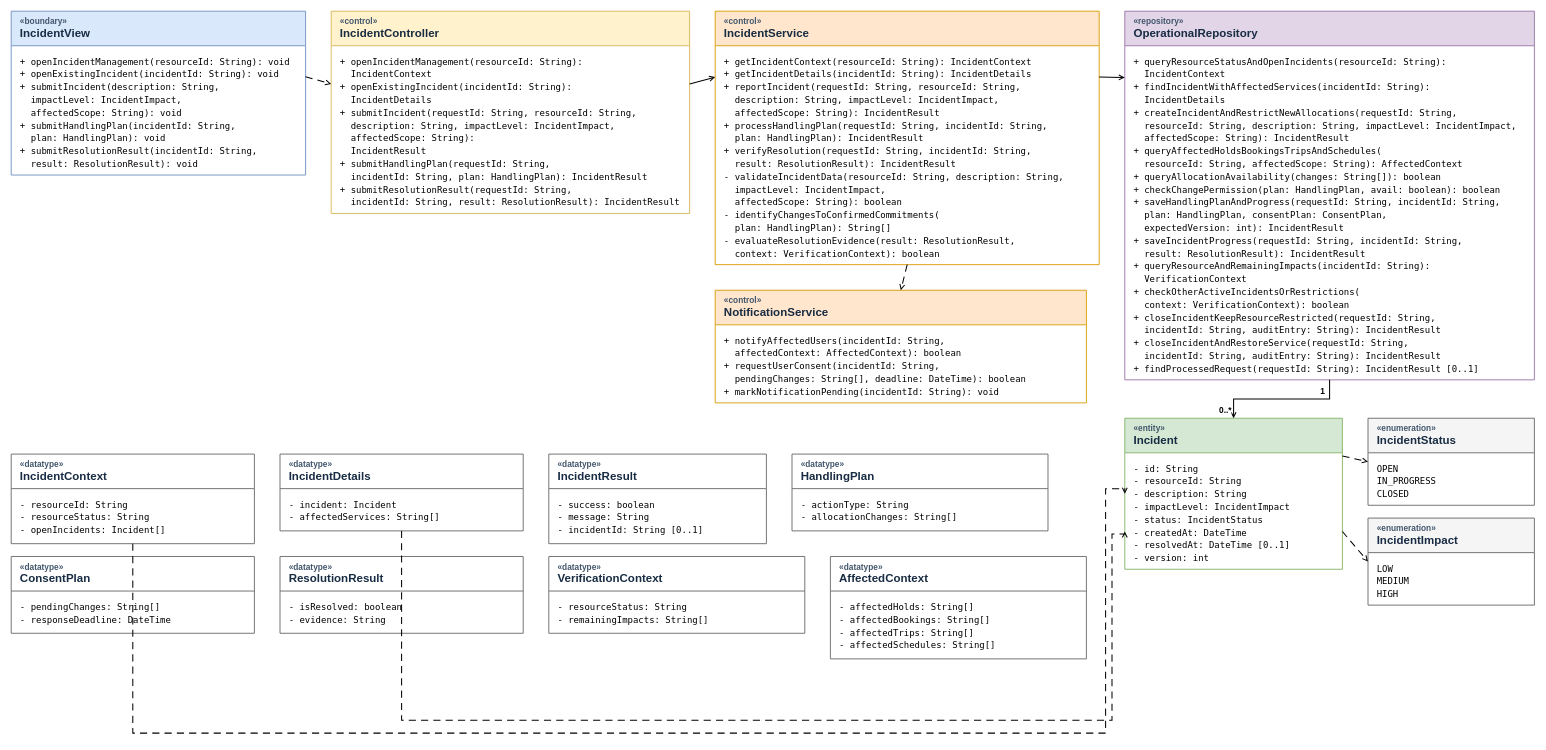
This is docs/mtriet-submission3/Draw-io/UC11.drawio from nhanbui304/smart-emobility-hub, a draw.io file, before an edit. Source tidied: cells renumbered, new cells numbered last; positions are measured from the earlier drawing's top-left corner, leaving out a move shared by most shapes. Both pictures are drawn from the tidied source at 64%, with x=0, y=0 at pixel (11, 11).
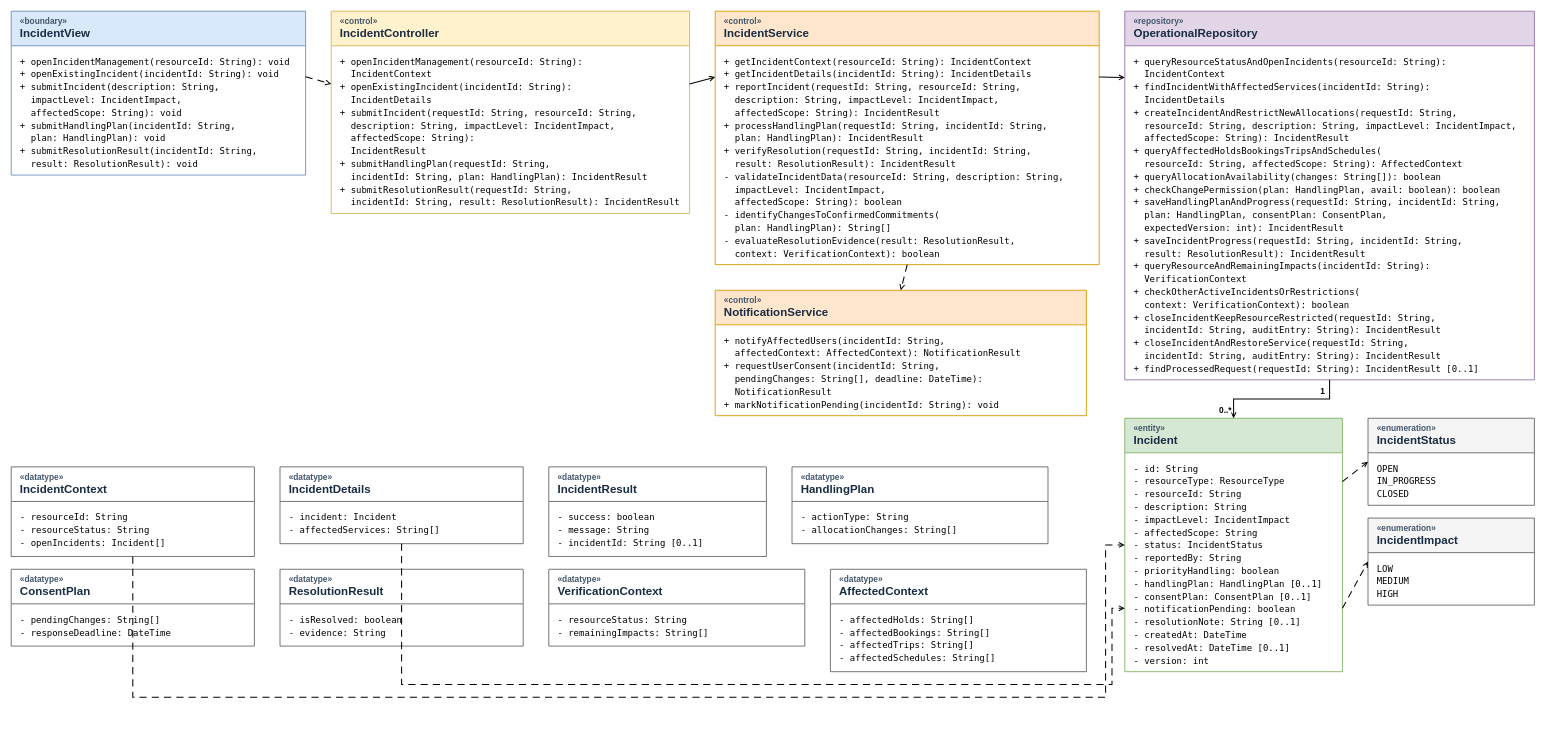
After the change.

Change to the diagram source:
```diff
@@
     <mxCell id="10" value="&lt;div style=&quot;font-size:13px;color:#42566c;&quot;&gt;«control»&lt;/div&gt;&lt;div style=&quot;font-size:18px;font-weight:bold;&quot;&gt;NotificationService&lt;/div&gt;" style="swimlane;startSize=54;horizontal=1;html=1;rounded=0;align=left;verticalAlign=middle;spacingLeft=12;fontColor=#182C43;fillColor=#ffe6cc;swimlaneFillColor=#ffffff;strokeColor=#d79b00;strokeWidth=1.4;" parent="1" vertex="1">
-      <mxGeometry x="1100" y="436" width="580" height="176" as="geometry" />
+      <mxGeometry x="1100" y="436" width="580" height="196" as="geometry" />
     </mxCell>
-    <mxCell id="11" value="&lt;div style=&quot;font-family:DejaVu Sans Mono, monospace;font-size:14px;line-height:20px;&quot;&gt;+ notifyAffectedUsers(incidentId: String,&lt;br&gt;&amp;nbsp;&amp;nbsp;affectedContext: AffectedContext): boolean&lt;br&gt;+ requestUserConsent(incidentId: String,&lt;br&gt;&amp;nbsp;&amp;nbsp;pendingChanges: String[], deadline: DateTime): boolean&lt;br&gt;+ markNotificationPending(incidentId: String): void&lt;/div&gt;" style="text;html=1;align=left;verticalAlign=top;spacingTop=8;spacingLeft=12;strokeColor=none;fillColor=none;whiteSpace=wrap;overflow=hidden;" parent="10" vertex="1">
-      <mxGeometry y="54" width="580" height="122" as="geometry" />
+    <mxCell id="11" value="&lt;div style=&quot;font-family:DejaVu Sans Mono, monospace;font-size:14px;line-height:20px;&quot;&gt;+ notifyAffectedUsers(incidentId: String,&lt;br&gt;&amp;nbsp;&amp;nbsp;affectedContext: AffectedContext): NotificationResult&lt;br&gt;+ requestUserConsent(incidentId: String,&lt;br&gt;&amp;nbsp;&amp;nbsp;pendingChanges: String[], deadline: DateTime):&lt;br&gt;&amp;nbsp;&amp;nbsp;NotificationResult&lt;br&gt;+ markNotificationPending(incidentId: String): void&lt;/div&gt;" style="text;html=1;align=left;verticalAlign=top;spacingTop=8;spacingLeft=12;strokeColor=none;fillColor=none;whiteSpace=wrap;overflow=hidden;" parent="10" vertex="1">
+      <mxGeometry y="54" width="580" height="142" as="geometry" />
     </mxCell>
     <mxCell id="12" value="&lt;div style=&quot;font-size:13px;color:#42566c;&quot;&gt;«entity»&lt;/div&gt;&lt;div style=&quot;font-size:18px;font-weight:bold;&quot;&gt;Incident&lt;/div&gt;" style="swimlane;startSize=54;horizontal=1;html=1;rounded=0;align=left;verticalAlign=middle;spacingLeft=12;fontColor=#182C43;fillColor=#d5e8d4;swimlaneFillColor=#ffffff;strokeColor=#82b366;strokeWidth=1.4;" parent="1" vertex="1">
-      <mxGeometry x="1740" y="636" width="340" height="236" as="geometry" />
+      <mxGeometry x="1740" y="636" width="340" height="396" as="geometry" />
     </mxCell>
-    <mxCell id="13" value="&lt;div style=&quot;font-family:DejaVu Sans Mono, monospace;font-size:14px;line-height:20px;&quot;&gt;- id: String&lt;br&gt;- resourceId: String&lt;br&gt;- description: String&lt;br&gt;- impactLevel: IncidentImpact&lt;br&gt;- status: IncidentStatus&lt;br&gt;- createdAt: DateTime&lt;br&gt;- resolvedAt: DateTime [0..1]&lt;br&gt;- version: int&lt;/div&gt;" style="text;html=1;align=left;verticalAlign=top;spacingTop=8;spacingLeft=12;strokeColor=none;fillColor=none;whiteSpace=wrap;overflow=hidden;" parent="12" vertex="1">
-      <mxGeometry y="54" width="340" height="182" as="geometry" />
+    <mxCell id="13" value="&lt;div style=&quot;font-family:DejaVu Sans Mono, monospace;font-size:14px;line-height:20px;&quot;&gt;- id: String&lt;br&gt;- resourceType: ResourceType&lt;br&gt;- resourceId: String&lt;br&gt;- description: String&lt;br&gt;- impactLevel: IncidentImpact&lt;br&gt;- affectedScope: String&lt;br&gt;- status: IncidentStatus&lt;br&gt;- reportedBy: String&lt;br&gt;- priorityHandling: boolean&lt;br&gt;- handlingPlan: HandlingPlan [0..1]&lt;br&gt;- consentPlan: ConsentPlan [0..1]&lt;br&gt;- notificationPending: boolean&lt;br&gt;- resolutionNote: String [0..1]&lt;br&gt;- createdAt: DateTime&lt;br&gt;- resolvedAt: DateTime [0..1]&lt;br&gt;- version: int&lt;/div&gt;" style="text;html=1;align=left;verticalAlign=top;spacingTop=8;spacingLeft=12;strokeColor=none;fillColor=none;whiteSpace=wrap;overflow=hidden;" parent="12" vertex="1">
+      <mxGeometry y="54" width="340" height="342" as="geometry" />
     </mxCell>
@@
     <mxCell id="18" value="&lt;div style=&quot;font-size:13px;color:#42566c;&quot;&gt;«datatype»&lt;/div&gt;&lt;div style=&quot;font-size:18px;font-weight:bold;&quot;&gt;IncidentContext&lt;/div&gt;" style="swimlane;startSize=54;horizontal=1;html=1;rounded=0;align=left;verticalAlign=middle;spacingLeft=12;fontColor=#182C43;fillColor=#ffffff;swimlaneFillColor=#ffffff;strokeColor=#666666;strokeWidth=1.4;" parent="1" vertex="1">
-      <mxGeometry y="692" width="380" height="140" as="geometry" />
+      <mxGeometry y="712" width="380" height="140" as="geometry" />
     </mxCell>
@@
     <mxCell id="20" value="&lt;div style=&quot;font-size:13px;color:#42566c;&quot;&gt;«datatype»&lt;/div&gt;&lt;div style=&quot;font-size:18px;font-weight:bold;&quot;&gt;IncidentDetails&lt;/div&gt;" style="swimlane;startSize=54;horizontal=1;html=1;rounded=0;align=left;verticalAlign=middle;spacingLeft=12;fontColor=#182C43;fillColor=#ffffff;swimlaneFillColor=#ffffff;strokeColor=#666666;strokeWidth=1.4;" parent="1" vertex="1">
-      <mxGeometry x="420" y="692" width="380" height="120" as="geometry" />
+      <mxGeometry x="420" y="712" width="380" height="120" as="geometry" />
     </mxCell>
@@
     <mxCell id="22" value="&lt;div style=&quot;font-size:13px;color:#42566c;&quot;&gt;«datatype»&lt;/div&gt;&lt;div style=&quot;font-size:18px;font-weight:bold;&quot;&gt;IncidentResult&lt;/div&gt;" style="swimlane;startSize=54;horizontal=1;html=1;rounded=0;align=left;verticalAlign=middle;spacingLeft=12;fontColor=#182C43;fillColor=#ffffff;swimlaneFillColor=#ffffff;strokeColor=#666666;strokeWidth=1.4;" parent="1" vertex="1">
-      <mxGeometry x="840" y="692" width="340" height="140" as="geometry" />
+      <mxGeometry x="840" y="712" width="340" height="140" as="geometry" />
     </mxCell>
@@
     <mxCell id="24" value="&lt;div style=&quot;font-size:13px;color:#42566c;&quot;&gt;«datatype»&lt;/div&gt;&lt;div style=&quot;font-size:18px;font-weight:bold;&quot;&gt;HandlingPlan&lt;/div&gt;" style="swimlane;startSize=54;horizontal=1;html=1;rounded=0;align=left;verticalAlign=middle;spacingLeft=12;fontColor=#182C43;fillColor=#ffffff;swimlaneFillColor=#ffffff;strokeColor=#666666;strokeWidth=1.4;" parent="1" vertex="1">
-      <mxGeometry x="1220" y="692" width="400" height="120" as="geometry" />
+      <mxGeometry x="1220" y="712" width="400" height="120" as="geometry" />
     </mxCell>
@@
     <mxCell id="26" value="&lt;div style=&quot;font-size:13px;color:#42566c;&quot;&gt;«datatype»&lt;/div&gt;&lt;div style=&quot;font-size:18px;font-weight:bold;&quot;&gt;ConsentPlan&lt;/div&gt;" style="swimlane;startSize=54;horizontal=1;html=1;rounded=0;align=left;verticalAlign=middle;spacingLeft=12;fontColor=#182C43;fillColor=#ffffff;swimlaneFillColor=#ffffff;strokeColor=#666666;strokeWidth=1.4;" parent="1" vertex="1">
-      <mxGeometry y="852" width="380" height="120" as="geometry" />
+      <mxGeometry y="872" width="380" height="120" as="geometry" />
     </mxCell>
@@
     <mxCell id="28" value="&lt;div style=&quot;font-size:13px;color:#42566c;&quot;&gt;«datatype»&lt;/div&gt;&lt;div style=&quot;font-size:18px;font-weight:bold;&quot;&gt;ResolutionResult&lt;/div&gt;" style="swimlane;startSize=54;horizontal=1;html=1;rounded=0;align=left;verticalAlign=middle;spacingLeft=12;fontColor=#182C43;fillColor=#ffffff;swimlaneFillColor=#ffffff;strokeColor=#666666;strokeWidth=1.4;" parent="1" vertex="1">
-      <mxGeometry x="420" y="852" width="380" height="120" as="geometry" />
+      <mxGeometry x="420" y="872" width="380" height="120" as="geometry" />
     </mxCell>
@@
     <mxCell id="30" value="&lt;div style=&quot;font-size:13px;color:#42566c;&quot;&gt;«datatype»&lt;/div&gt;&lt;div style=&quot;font-size:18px;font-weight:bold;&quot;&gt;VerificationContext&lt;/div&gt;" style="swimlane;startSize=54;horizontal=1;html=1;rounded=0;align=left;verticalAlign=middle;spacingLeft=12;fontColor=#182C43;fillColor=#ffffff;swimlaneFillColor=#ffffff;strokeColor=#666666;strokeWidth=1.4;" parent="1" vertex="1">
-      <mxGeometry x="840" y="852" width="400" height="120" as="geometry" />
+      <mxGeometry x="840" y="872" width="400" height="120" as="geometry" />
     </mxCell>
@@
     <mxCell id="32" value="&lt;div style=&quot;font-size:13px;color:#42566c;&quot;&gt;«datatype»&lt;/div&gt;&lt;div style=&quot;font-size:18px;font-weight:bold;&quot;&gt;AffectedContext&lt;/div&gt;" style="swimlane;startSize=54;horizontal=1;html=1;rounded=0;align=left;verticalAlign=middle;spacingLeft=12;fontColor=#182C43;fillColor=#ffffff;swimlaneFillColor=#ffffff;strokeColor=#666666;strokeWidth=1.4;" parent="1" vertex="1">
-      <mxGeometry x="1280" y="852" width="400" height="160" as="geometry" />
+      <mxGeometry x="1280" y="872" width="400" height="160" as="geometry" />
     </mxCell>
@@
     <mxCell id="43" style="html=1;rounded=0;endArrow=open;endFill=0;dashed=1;dashPattern=7 5;strokeColor=#000000;strokeWidth=1.6;edgeStyle=orthogonalEdgeStyle;exitX=0.5;exitY=1;entryX=0;entryY=0.5;" parent="1" edge="1" source="18" target="12">
       <mxGeometry relative="1" as="geometry">
         <Array as="points">
-          <mxPoint x="190" y="1128" />
-          <mxPoint x="1710" y="1128" />
-          <mxPoint x="1710" y="746" />
+          <mxPoint x="190" y="1072" />
+          <mxPoint x="1710" y="1072" />
+          <mxPoint x="1710" y="834" />
         </Array>
       </mxGeometry>
     </mxCell>
     <mxCell id="44" style="html=1;rounded=0;endArrow=open;endFill=0;dashed=1;dashPattern=7 5;strokeColor=#000000;strokeWidth=1.6;edgeStyle=orthogonalEdgeStyle;exitX=0.5;exitY=1;entryX=0;entryY=0.75;" parent="1" edge="1" source="20" target="12">
       <mxGeometry relative="1" as="geometry">
         <Array as="points">
-          <mxPoint x="610" y="1108" />
-          <mxPoint x="1720" y="1108" />
-          <mxPoint x="1720" y="817" />
+          <mxPoint x="610" y="1052" />
+          <mxPoint x="1720" y="1052" />
+          <mxPoint x="1720" y="933" />
         </Array>
       </mxGeometry>
     </mxCell>
```
